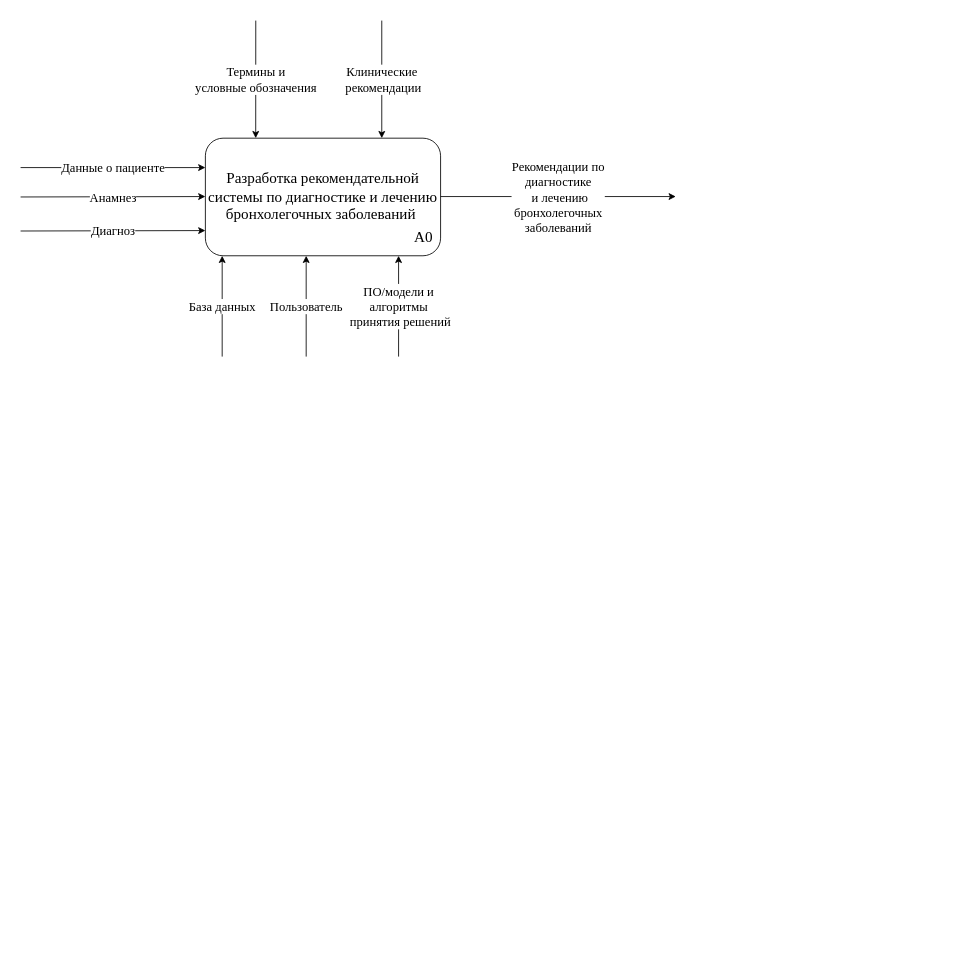
The draw.io diagram Формальная постановка задачи.drawio in SvetlanaCH01/-, before the edit. Source tidied: cells renumbered, new cells numbered last; positions are measured from the earlier drawing's top-left corner, leaving out a move shared by most shapes. Both pictures are drawn from the tidied source at 84%, with x=0, y=0 at pixel (20, 20).
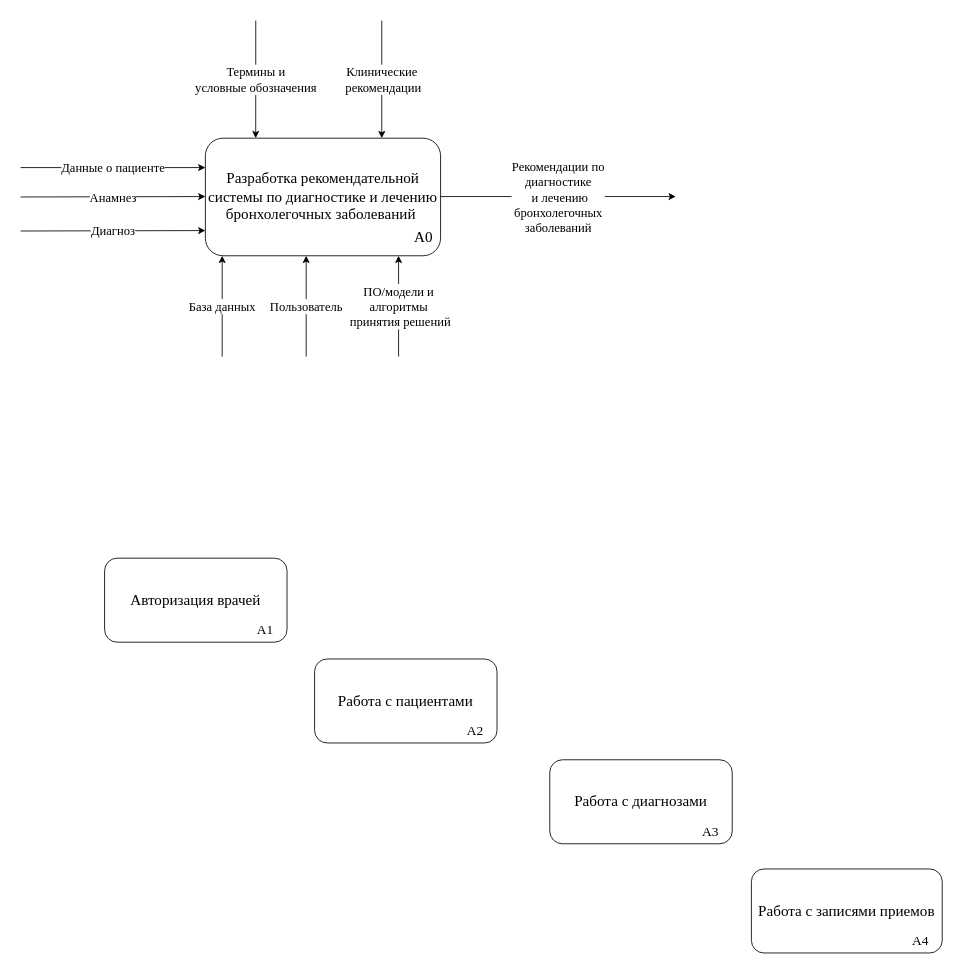
The same page after the edit.

The edit, as a diff of the source:
```diff
@@
+    <mxCell id="14" style="group;" parent="1" vertex="1">
+      <mxGeometry x="880" y="1010" width="230" height="100" as="geometry" />
+    </mxCell>
+    <mxCell id="15" value="&lt;font face=&quot;Times New Roman&quot; style=&quot;font-size: 18px;&quot;&gt;Работа с записями приемов&lt;/font&gt;" style="rounded=1;whiteSpace=wrap;html=1;" parent="14" vertex="1">
+      <mxGeometry x="-10" width="227.2" height="100" as="geometry" />
+    </mxCell>
+    <mxCell id="16" value="&lt;font style=&quot;font-size: 16px;&quot;&gt;А4&lt;/font&gt;" style="text;html=1;strokeColor=none;fillColor=none;align=center;verticalAlign=middle;whiteSpace=wrap;rounded=0;fontFamily=Times New Roman;fontSize=16;" parent="14" vertex="1">
+      <mxGeometry x="153.3" y="70" width="76.7" height="30" as="geometry" />
+    </mxCell>
+    <mxCell id="17" style="group;" parent="1" vertex="1">
+      <mxGeometry x="630" y="880" width="230" height="100" as="geometry" />
+    </mxCell>
+    <mxCell id="18" value="&lt;font face=&quot;Times New Roman&quot; style=&quot;font-size: 18px;&quot;&gt;Работа с диагнозами&lt;/font&gt;" style="rounded=1;whiteSpace=wrap;html=1;" parent="17" vertex="1">
+      <mxGeometry width="217.2" height="100" as="geometry" />
+    </mxCell>
+    <mxCell id="19" value="&lt;font style=&quot;font-size: 16px;&quot;&gt;А3&lt;/font&gt;" style="text;html=1;strokeColor=none;fillColor=none;align=center;verticalAlign=middle;whiteSpace=wrap;rounded=0;fontFamily=Times New Roman;fontSize=16;" parent="17" vertex="1">
+      <mxGeometry x="153.3" y="70" width="76.7" height="30" as="geometry" />
+    </mxCell>
+    <mxCell id="20" style="group;" parent="1" vertex="1">
+      <mxGeometry x="100" y="640" width="230" height="100" as="geometry" />
+    </mxCell>
+    <mxCell id="21" value="&lt;font face=&quot;Times New Roman&quot; style=&quot;font-size: 18px;&quot;&gt;Авторизация врачей&lt;/font&gt;" style="rounded=1;whiteSpace=wrap;html=1;" parent="20" vertex="1">
+      <mxGeometry width="217.2" height="100" as="geometry" />
+    </mxCell>
+    <mxCell id="22" value="&lt;font style=&quot;font-size: 16px;&quot;&gt;А1&lt;/font&gt;" style="text;html=1;strokeColor=none;fillColor=none;align=center;verticalAlign=middle;whiteSpace=wrap;rounded=0;fontFamily=Times New Roman;fontSize=16;" parent="20" vertex="1">
+      <mxGeometry x="153.3" y="70" width="76.7" height="30" as="geometry" />
+    </mxCell>
+    <mxCell id="23" style="group;" parent="1" vertex="1">
+      <mxGeometry x="350" y="760" width="230" height="100" as="geometry" />
+    </mxCell>
+    <mxCell id="24" value="&lt;font face=&quot;Times New Roman&quot; style=&quot;font-size: 18px;&quot;&gt;Работа с пациентами&lt;/font&gt;" style="rounded=1;whiteSpace=wrap;html=1;" parent="23" vertex="1">
+      <mxGeometry width="217.2" height="100" as="geometry" />
+    </mxCell>
+    <mxCell id="25" value="А2" style="text;html=1;strokeColor=none;fillColor=none;align=center;verticalAlign=middle;whiteSpace=wrap;rounded=0;fontFamily=Times New Roman;fontSize=16;" parent="23" vertex="1">
+      <mxGeometry x="153.3" y="70" width="76.7" height="30" as="geometry" />
+    </mxCell>
```
